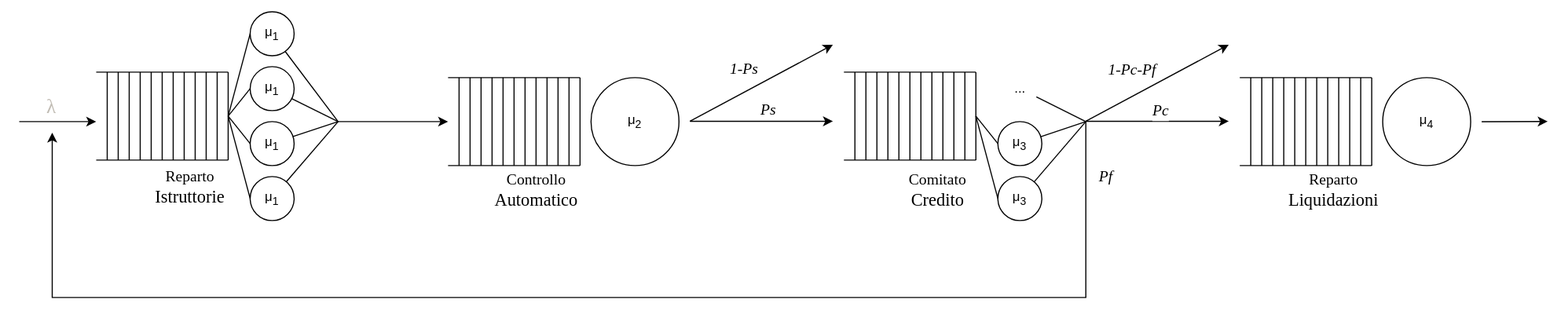
The draw.io diagram files/base.svg in EdoMan000/PMCSN_Proj, before a commit. Source tidied: cells renumbered, new cells last; positions are measured from the earlier drawing's top-left corner, leaving out a move shared by most shapes.
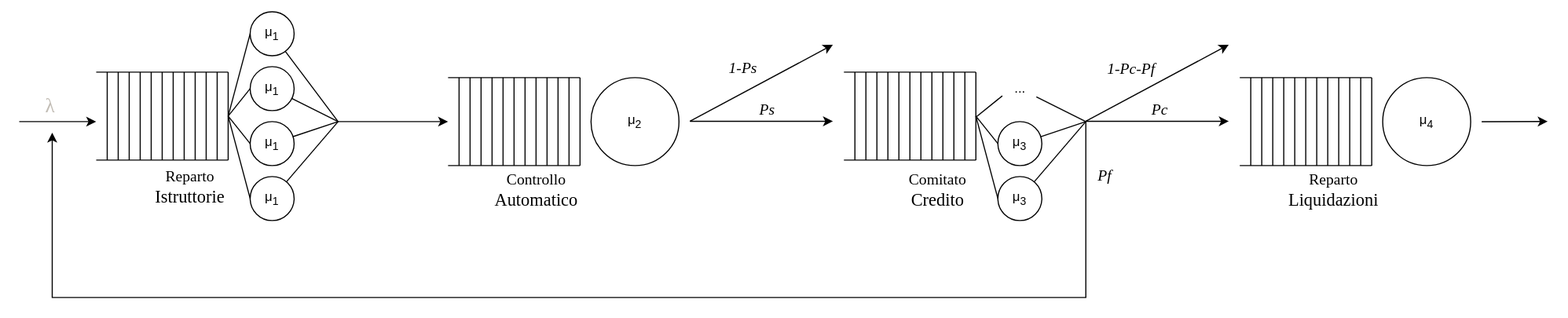
After the commit.

Diff of the diagram source:
```diff
@@ -548,5 +548,11 @@
         <mxPoint x="-12" y="-14" as="offset" />
       </mxGeometry>
     </mxCell>
+    <mxCell id="106" style="endArrow=none;html=1;rounded=0;entryX=-0.032;entryY=0.519;entryDx=0;entryDy=0;entryPerimeter=0;" parent="1" edge="1">
+      <mxGeometry relative="1" as="geometry">
+        <mxPoint x="870" y="96" as="sourcePoint" />
+        <mxPoint x="894" y="76.6" as="targetPoint" />
+      </mxGeometry>
+    </mxCell>
   </root>
 </mxGraphModel>
```
